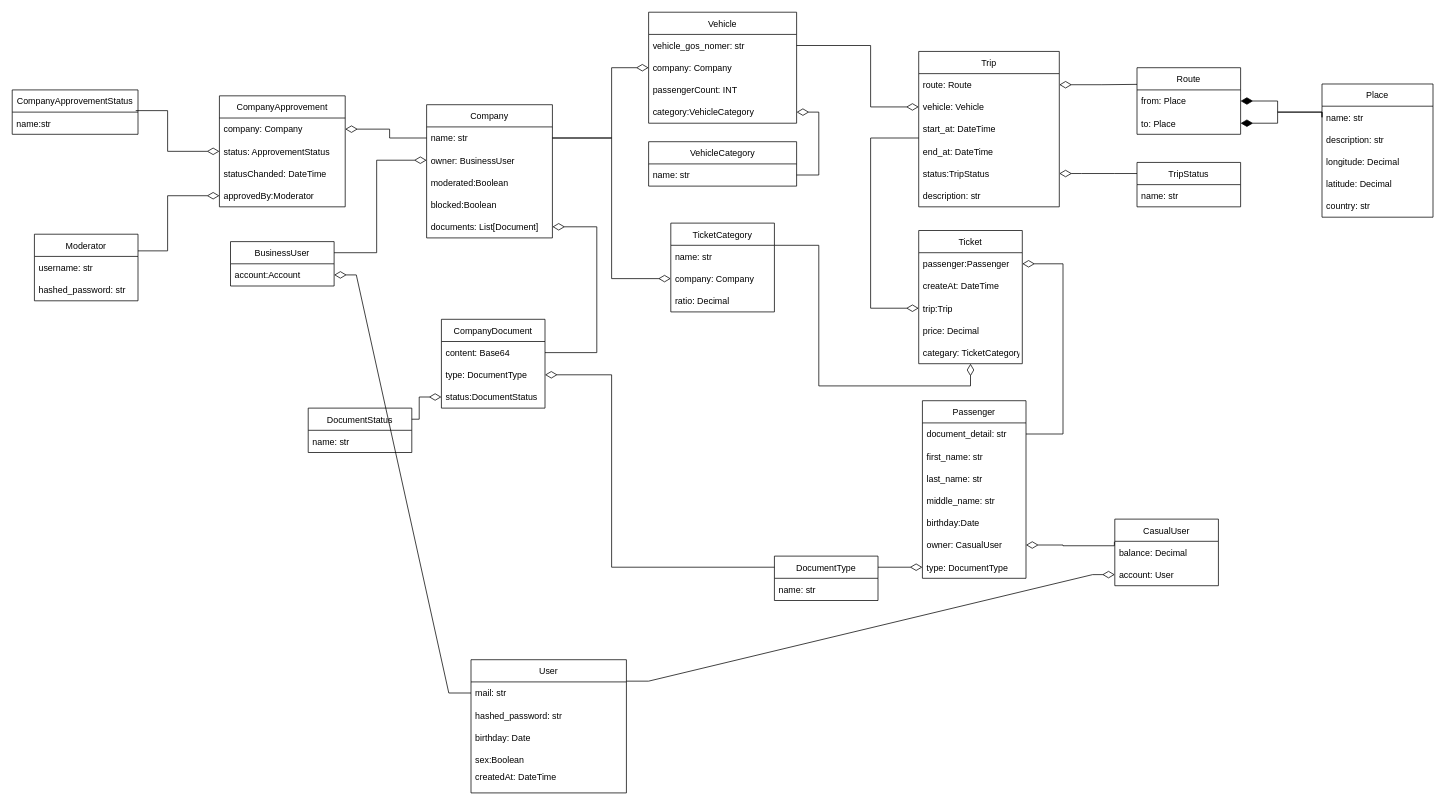
This is VehicleAggModels.drawio from vehicle-aggregator/docs, a draw.io file, before an edit. Source tidied: cells renumbered, new cells numbered last; positions are measured from the earlier drawing's top-left corner, leaving out a move shared by most shapes. Both pictures are drawn from the tidied source at 74%, with x=0, y=0 at pixel (12, 12).
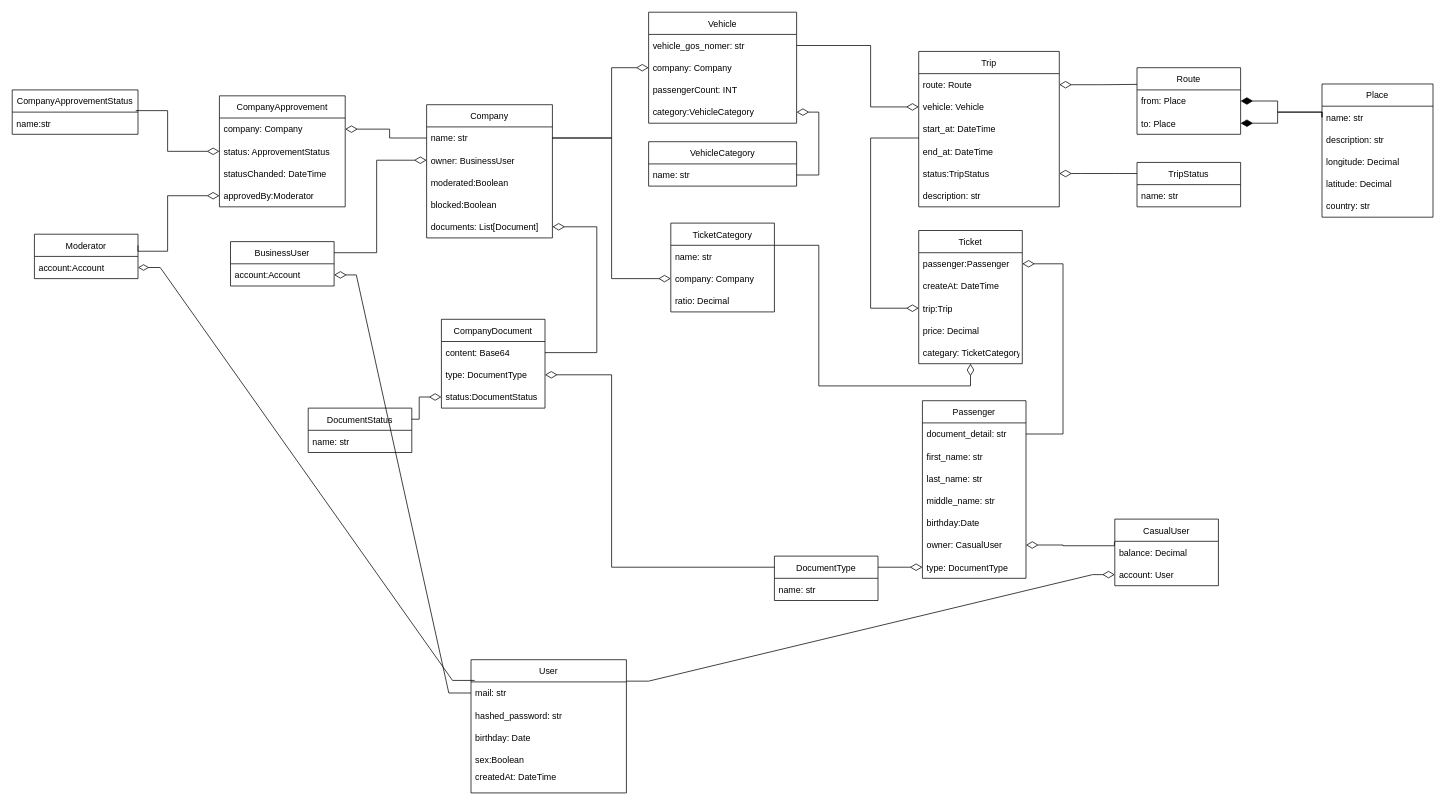
The same page after the edit.

The change refers to these unchanged cells:
```xml
<mxCell id="84" value="mail: str" style="text;strokeColor=none;fillColor=none;align=left;verticalAlign=middle;spacingLeft=4;spacingRight=4;overflow=hidden;points=[[0,0.5],[1,0.5]];portConstraint=eastwest;" parent="83" vertex="1">
  <mxGeometry y="30" width="210" height="30" as="geometry" />
</mxCell>
```

What changed in the source:
```diff
@@
     <mxCell id="17" value="Moderator" style="swimlane;fontStyle=0;horizontal=1;startSize=30;" parent="1" vertex="1">
-      <mxGeometry x="30" y="300" width="140" height="90" as="geometry" />
+      <mxGeometry x="30" y="300" width="140" height="60" as="geometry" />
     </mxCell>
-    <mxCell id="18" value="username: str" style="text;strokeColor=none;fillColor=none;align=left;verticalAlign=middle;spacingLeft=4;spacingRight=4;overflow=hidden;points=[[0,0.5],[1,0.5]];portConstraint=eastwest;" parent="17" vertex="1">
+    <mxCell id="18" value="account:Account" style="text;strokeColor=none;fillColor=none;align=left;verticalAlign=middle;spacingLeft=4;spacingRight=4;overflow=hidden;points=[[0,0.5],[1,0.5]];portConstraint=eastwest;" parent="17" vertex="1">
       <mxGeometry y="30" width="140" height="30" as="geometry" />
     </mxCell>
-    <mxCell id="19" value="hashed_password: str" style="text;strokeColor=none;fillColor=none;align=left;verticalAlign=middle;spacingLeft=4;spacingRight=4;overflow=hidden;" parent="17" vertex="1">
-      <mxGeometry y="60" width="140" height="30" as="geometry" />
-    </mxCell>
@@
+    <mxCell id="102" style="edgeStyle=entityRelationEdgeStyle;rounded=0;jettySize=auto;html=1;entryX=0.024;entryY=-0.067;entryDx=0;entryDy=0;entryPerimeter=0;startArrow=diamondThin;startFill=0;startSize=12;endArrow=none;endFill=0;" parent="1" edge="1" source="18" target="84">
+      <mxGeometry relative="1" as="geometry" />
+    </mxCell>
```
